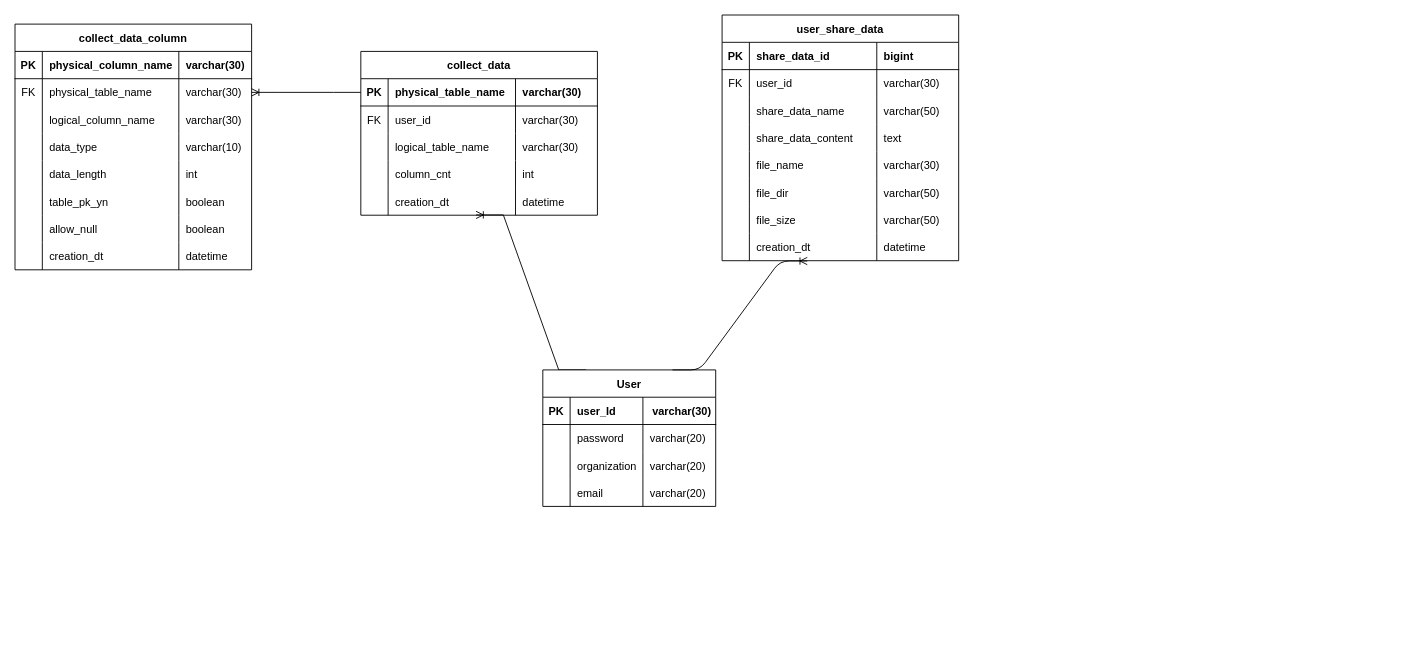
vtw-atm/bigdata-table-diagram keeps this draw.io diagram as 분석 플랫폼 테이블 설계.drawio. Above is the earlier version. Source tidied: cells renumbered, new cells numbered last; positions are measured from the earlier drawing's top-left corner, leaving out a move shared by most shapes. Both pictures are drawn from the tidied source at 91%, with x=0, y=0 at pixel (15, 15).
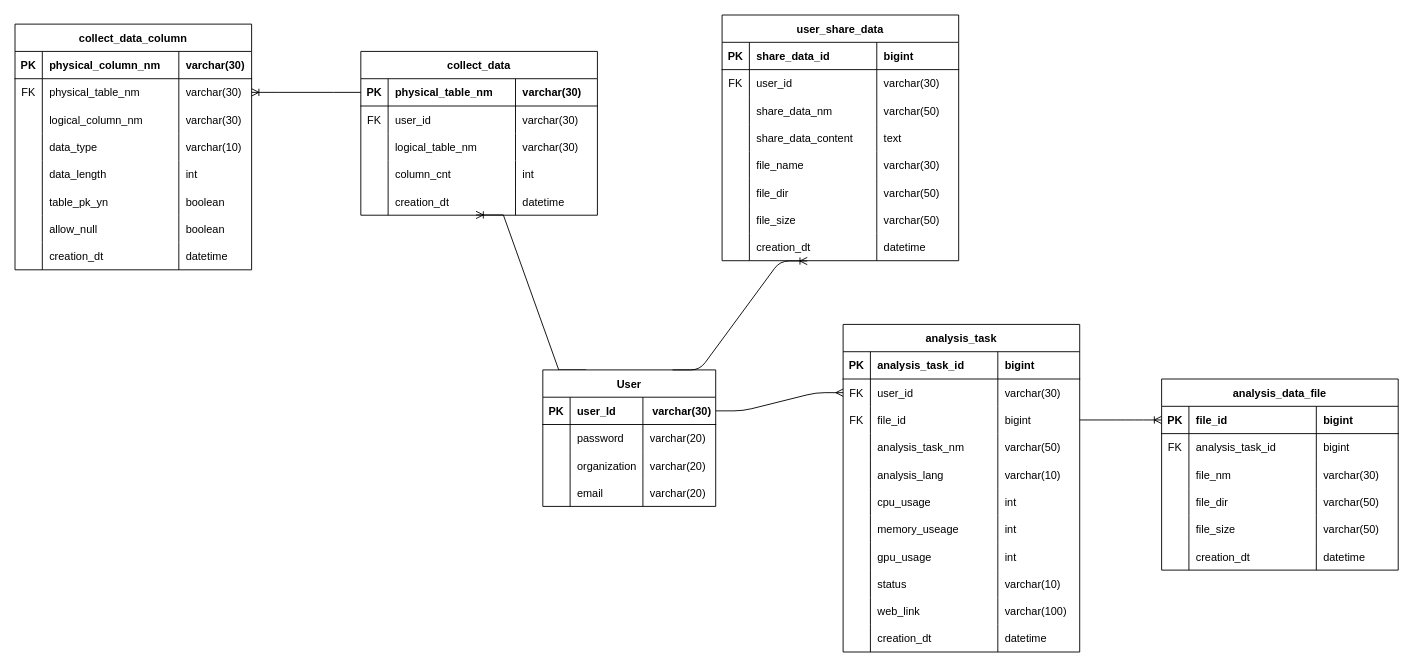
After the change.

Commit message (it also covers changes not shown here):
분석 플랫폼 테이블 설계.drawio 업데이트

The change refers to these unchanged cells:
```xml
<mxCell id="8" value="varchar(30)" style="shape=partialRectangle;fillColor=none;top=0;left=0;bottom=0;right=0;align=center;spacingLeft=6;fontStyle=1;overflow=hidden;labelBorderColor=none;strokeWidth=1;strokeColor=default;dashed=1;labelPosition=center;verticalLabelPosition=middle;verticalAlign=middle;rounded=0;sketch=1;curveFitting=1;jiggle=2;" parent="5" vertex="1">
  <mxGeometry x="110" width="80" height="30" as="geometry" />
</mxCell>
<mxCell id="22" style="shape=tableRow;horizontal=0;startSize=0;swimlaneHead=0;swimlaneBody=0;fillColor=none;points=[[0,0.5],[1,0.5]];portConstraint=eastwest;top=0;left=0;right=0;bottom=1;rounded=0;" parent="21" vertex="1">
  <mxGeometry y="30" width="260" height="30" as="geometry" />
</mxCell>
<mxCell id="30" style="shape=tableRow;horizontal=0;startSize=0;swimlaneHead=0;swimlaneBody=0;fillColor=none;top=0;left=0;right=0;bottom=0;rounded=0;" parent="21" vertex="1">
  <mxGeometry y="90" width="260" height="30" as="geometry" />
</mxCell>
<mxCell id="43" style="shape=tableRow;horizontal=0;startSize=0;swimlaneHead=0;swimlaneBody=0;fillColor=none;top=0;left=0;right=0;bottom=1;rounded=0;" parent="42" vertex="1">
  <mxGeometry y="30" width="260" height="30" as="geometry" />
</mxCell>
<mxCell id="47" style="shape=tableRow;horizontal=0;startSize=0;swimlaneHead=0;swimlaneBody=0;fillColor=none;points=[[0,0.5],[1,0.5]];portConstraint=eastwest;top=0;left=0;right=0;bottom=0;rounded=0;" parent="42" vertex="1">
  <mxGeometry y="60" width="260" height="30" as="geometry" />
</mxCell>
<mxCell id="51" style="shape=tableRow;horizontal=0;startSize=0;swimlaneHead=0;swimlaneBody=0;fillColor=none;top=0;left=0;right=0;bottom=0;rounded=0;" parent="42" vertex="1">
  <mxGeometry y="90" width="260" height="30" as="geometry" />
</mxCell>
<mxCell id="84" style="shape=tableRow;horizontal=0;startSize=0;swimlaneHead=0;swimlaneBody=0;fillColor=none;top=0;left=0;right=0;bottom=0;rounded=0;" parent="75" vertex="1">
  <mxGeometry y="90" width="260" height="30" as="geometry" />
</mxCell>
```

The edit, as a diff of the source:
```diff
@@
-    <mxCell id="24" value="physical_table_name" style="shape=partialRectangle;fillColor=none;top=0;left=0;bottom=0;right=0;align=left;spacingLeft=6;fontStyle=1;overflow=hidden;rounded=0;" parent="22" vertex="1">
+    <mxCell id="24" value="physical_table_nm" style="shape=partialRectangle;fillColor=none;top=0;left=0;bottom=0;right=0;align=left;spacingLeft=6;fontStyle=1;overflow=hidden;rounded=0;" parent="22" vertex="1">
       <mxGeometry x="30" width="140" height="30" as="geometry" />
     </mxCell>
@@
-    <mxCell id="32" value="logical_table_name" style="shape=partialRectangle;fillColor=none;top=0;left=0;bottom=0;right=0;align=left;spacingLeft=6;overflow=hidden;rounded=0;" parent="30" vertex="1">
+    <mxCell id="32" value="logical_table_nm" style="shape=partialRectangle;fillColor=none;top=0;left=0;bottom=0;right=0;align=left;spacingLeft=6;overflow=hidden;rounded=0;" parent="30" vertex="1">
       <mxGeometry x="30" width="140" height="30" as="geometry" />
     </mxCell>
@@
-    <mxCell id="45" value="physical_column_name" style="shape=partialRectangle;fillColor=none;top=0;left=0;bottom=0;right=0;align=left;spacingLeft=6;fontStyle=1;overflow=hidden;rounded=0;" parent="43" vertex="1">
+    <mxCell id="45" value="physical_column_nm" style="shape=partialRectangle;fillColor=none;top=0;left=0;bottom=0;right=0;align=left;spacingLeft=6;fontStyle=1;overflow=hidden;rounded=0;" parent="43" vertex="1">
       <mxGeometry x="30" width="150" height="30" as="geometry" />
     </mxCell>
@@
-    <mxCell id="49" value="physical_table_name" style="shape=partialRectangle;fillColor=none;top=0;left=0;bottom=0;right=0;align=left;spacingLeft=6;overflow=hidden;rounded=0;" parent="47" vertex="1">
+    <mxCell id="49" value="physical_table_nm" style="shape=partialRectangle;fillColor=none;top=0;left=0;bottom=0;right=0;align=left;spacingLeft=6;overflow=hidden;rounded=0;" parent="47" vertex="1">
       <mxGeometry x="30" width="150" height="30" as="geometry" />
     </mxCell>
@@
-    <mxCell id="53" value="logical_column_name" style="shape=partialRectangle;fillColor=none;top=0;left=0;bottom=0;right=0;align=left;spacingLeft=6;overflow=hidden;rounded=0;" parent="51" vertex="1">
+    <mxCell id="53" value="logical_column_nm" style="shape=partialRectangle;fillColor=none;top=0;left=0;bottom=0;right=0;align=left;spacingLeft=6;overflow=hidden;rounded=0;" parent="51" vertex="1">
       <mxGeometry x="30" width="150" height="30" as="geometry" />
     </mxCell>
@@
-    <mxCell id="86" value="share_data_name" style="shape=partialRectangle;fillColor=none;top=0;left=0;bottom=0;right=0;align=left;spacingLeft=6;overflow=hidden;rounded=0;" parent="84" vertex="1">
+    <mxCell id="86" value="share_data_nm" style="shape=partialRectangle;fillColor=none;top=0;left=0;bottom=0;right=0;align=left;spacingLeft=6;overflow=hidden;rounded=0;" parent="84" vertex="1">
       <mxGeometry x="30" width="140" height="30" as="geometry" />
     </mxCell>
@@
+    <mxCell id="109" value="analysis_task" style="shape=table;startSize=30;childLayout=tableLayout;rowLines=0;fontStyle=1;align=center;rounded=0;" parent="1" vertex="1">
+      <mxGeometry x="910" y="340" width="260" height="360" as="geometry" />
+    </mxCell>
+    <mxCell id="110" style="shape=tableRow;horizontal=0;startSize=0;swimlaneHead=0;swimlaneBody=0;fillColor=none;top=0;left=0;right=0;bottom=1;rounded=0;" parent="109" vertex="1">
+      <mxGeometry y="30" width="260" height="30" as="geometry" />
+    </mxCell>
+    <mxCell id="111" value="PK" style="shape=partialRectangle;fillColor=none;top=0;left=0;bottom=0;right=0;fontStyle=1;overflow=hidden;rounded=0;" parent="110" vertex="1">
+      <mxGeometry width="30" height="30" as="geometry" />
+    </mxCell>
+    <mxCell id="112" value="analysis_task_id" style="shape=partialRectangle;fillColor=none;top=0;left=0;bottom=0;right=0;align=left;spacingLeft=6;fontStyle=1;overflow=hidden;rounded=0;" parent="110" vertex="1">
+      <mxGeometry x="30" width="140" height="30" as="geometry" />
+    </mxCell>
+    <mxCell id="113" value="bigint" style="shape=partialRectangle;fillColor=none;top=0;left=0;bottom=0;right=0;align=left;spacingLeft=6;fontStyle=1;overflow=hidden;rounded=0;" parent="110" vertex="1">
+      <mxGeometry x="170" width="90" height="30" as="geometry" />
+    </mxCell>
+    <mxCell id="114" style="shape=tableRow;horizontal=0;startSize=0;swimlaneHead=0;swimlaneBody=0;fillColor=none;points=[[0,0.5],[1,0.5]];portConstraint=eastwest;top=0;left=0;right=0;bottom=0;rounded=0;" parent="109" vertex="1">
+      <mxGeometry y="60" width="260" height="30" as="geometry" />
+    </mxCell>
+    <mxCell id="115" value="FK" style="shape=partialRectangle;fillColor=none;top=0;left=0;bottom=0;right=0;overflow=hidden;rounded=0;" parent="114" vertex="1">
+      <mxGeometry width="30" height="30" as="geometry" />
+    </mxCell>
+    <mxCell id="116" value="user_id" style="shape=partialRectangle;fillColor=none;top=0;left=0;bottom=0;right=0;align=left;spacingLeft=6;overflow=hidden;rounded=0;" parent="114" vertex="1">
+      <mxGeometry x="30" width="140" height="30" as="geometry" />
+    </mxCell>
+    <mxCell id="117" value="varchar(30)" style="shape=partialRectangle;fillColor=none;top=0;left=0;bottom=0;right=0;align=left;spacingLeft=6;overflow=hidden;rounded=0;" parent="114" vertex="1">
+      <mxGeometry x="170" width="90" height="30" as="geometry" />
+    </mxCell>
+    <mxCell id="118" style="shape=tableRow;horizontal=0;startSize=0;swimlaneHead=0;swimlaneBody=0;fillColor=none;points=[[0,0.5],[1,0.5]];portConstraint=eastwest;top=0;left=0;right=0;bottom=0;rounded=0;" parent="109" vertex="1">
+      <mxGeometry y="90" width="260" height="30" as="geometry" />
+    </mxCell>
+    <mxCell id="119" value="FK" style="shape=partialRectangle;fillColor=none;top=0;left=0;bottom=0;right=0;overflow=hidden;rounded=0;" parent="118" vertex="1">
+      <mxGeometry width="30" height="30" as="geometry" />
+    </mxCell>
+    <mxCell id="120" value="file_id" style="shape=partialRectangle;fillColor=none;top=0;left=0;bottom=0;right=0;align=left;spacingLeft=6;overflow=hidden;rounded=0;" parent="118" vertex="1">
+      <mxGeometry x="30" width="140" height="30" as="geometry" />
+    </mxCell>
+    <mxCell id="121" value="bigint" style="shape=partialRectangle;fillColor=none;top=0;left=0;bottom=0;right=0;align=left;spacingLeft=6;overflow=hidden;rounded=0;" parent="118" vertex="1">
+      <mxGeometry x="170" width="90" height="30" as="geometry" />
+    </mxCell>
+    <mxCell id="122" style="shape=tableRow;horizontal=0;startSize=0;swimlaneHead=0;swimlaneBody=0;fillColor=none;top=0;left=0;right=0;bottom=0;rounded=0;" parent="109" vertex="1">
+      <mxGeometry y="120" width="260" height="30" as="geometry" />
+    </mxCell>
+    <mxCell id="123" style="shape=partialRectangle;fillColor=none;top=0;left=0;bottom=0;right=0;overflow=hidden;rounded=0;" parent="122" vertex="1">
+      <mxGeometry width="30" height="30" as="geometry" />
+    </mxCell>
+    <mxCell id="124" value="analysis_task_nm" style="shape=partialRectangle;fillColor=none;top=0;left=0;bottom=0;right=0;align=left;spacingLeft=6;overflow=hidden;rounded=0;" parent="122" vertex="1">
+      <mxGeometry x="30" width="140" height="30" as="geometry" />
+    </mxCell>
+    <mxCell id="125" value="varchar(50)" style="shape=partialRectangle;fillColor=none;top=0;left=0;bottom=0;right=0;align=left;spacingLeft=6;overflow=hidden;rounded=0;" parent="122" vertex="1">
+      <mxGeometry x="170" width="90" height="30" as="geometry" />
+    </mxCell>
+    <mxCell id="126" style="shape=tableRow;horizontal=0;startSize=0;swimlaneHead=0;swimlaneBody=0;fillColor=none;top=0;left=0;right=0;bottom=0;rounded=0;" parent="109" vertex="1">
+      <mxGeometry y="150" width="260" height="30" as="geometry" />
+    </mxCell>
+    <mxCell id="127" style="shape=partialRectangle;fillColor=none;top=0;left=0;bottom=0;right=0;overflow=hidden;rounded=0;" parent="126" vertex="1">
+      <mxGeometry width="30" height="30" as="geometry" />
+    </mxCell>
+    <mxCell id="128" value="analysis_lang" style="shape=partialRectangle;fillColor=none;top=0;left=0;bottom=0;right=0;align=left;spacingLeft=6;overflow=hidden;rounded=0;" parent="126" vertex="1">
+      <mxGeometry x="30" width="140" height="30" as="geometry" />
+    </mxCell>
+    <mxCell id="129" value="varchar(10)" style="shape=partialRectangle;fillColor=none;top=0;left=0;bottom=0;right=0;align=left;spacingLeft=6;overflow=hidden;rounded=0;" parent="126" vertex="1">
+      <mxGeometry x="170" width="90" height="30" as="geometry" />
+    </mxCell>
+    <mxCell id="130" style="shape=tableRow;horizontal=0;startSize=0;swimlaneHead=0;swimlaneBody=0;fillColor=none;top=0;left=0;right=0;bottom=0;rounded=0;" parent="109" vertex="1">
+      <mxGeometry y="180" width="260" height="30" as="geometry" />
+    </mxCell>
+    <mxCell id="131" style="shape=partialRectangle;fillColor=none;top=0;left=0;bottom=0;right=0;overflow=hidden;rounded=0;" parent="130" vertex="1">
+      <mxGeometry width="30" height="30" as="geometry" />
+    </mxCell>
+    <mxCell id="132" value="cpu_usage" style="shape=partialRectangle;fillColor=none;top=0;left=0;bottom=0;right=0;align=left;spacingLeft=6;overflow=hidden;rounded=0;" parent="130" vertex="1">
+      <mxGeometry x="30" width="140" height="30" as="geometry" />
+    </mxCell>
+    <mxCell id="133" value="int" style="shape=partialRectangle;fillColor=none;top=0;left=0;bottom=0;right=0;align=left;spacingLeft=6;overflow=hidden;rounded=0;" parent="130" vertex="1">
+      <mxGeometry x="170" width="90" height="30" as="geometry" />
+    </mxCell>
+    <mxCell id="134" style="shape=tableRow;horizontal=0;startSize=0;swimlaneHead=0;swimlaneBody=0;fillColor=none;top=0;left=0;right=0;bottom=0;rounded=0;" parent="109" vertex="1">
+      <mxGeometry y="210" width="260" height="30" as="geometry" />
+    </mxCell>
+    <mxCell id="135" style="shape=partialRectangle;fillColor=none;top=0;left=0;bottom=0;right=0;overflow=hidden;rounded=0;" parent="134" vertex="1">
+      <mxGeometry width="30" height="30" as="geometry" />
+    </mxCell>
+    <mxCell id="136" value="memory_useage" style="shape=partialRectangle;fillColor=none;top=0;left=0;bottom=0;right=0;align=left;spacingLeft=6;overflow=hidden;rounded=0;" parent="134" vertex="1">
+      <mxGeometry x="30" width="140" height="30" as="geometry" />
+    </mxCell>
+    <mxCell id="137" value="int" style="shape=partialRectangle;fillColor=none;top=0;left=0;bottom=0;right=0;align=left;spacingLeft=6;overflow=hidden;rounded=0;" parent="134" vertex="1">
+      <mxGeometry x="170" width="90" height="30" as="geometry" />
+    </mxCell>
+    <mxCell id="138" style="shape=tableRow;horizontal=0;startSize=0;swimlaneHead=0;swimlaneBody=0;fillColor=none;top=0;left=0;right=0;bottom=0;rounded=0;" parent="109" vertex="1">
+      <mxGeometry y="240" width="260" height="30" as="geometry" />
+    </mxCell>
+    <mxCell id="139" style="shape=partialRectangle;fillColor=none;top=0;left=0;bottom=0;right=0;overflow=hidden;rounded=0;" parent="138" vertex="1">
+      <mxGeometry width="30" height="30" as="geometry" />
+    </mxCell>
+    <mxCell id="140" value="gpu_usage" style="shape=partialRectangle;fillColor=none;top=0;left=0;bottom=0;right=0;align=left;spacingLeft=6;overflow=hidden;rounded=0;" parent="138" vertex="1">
+      <mxGeometry x="30" width="140" height="30" as="geometry" />
+    </mxCell>
+    <mxCell id="141" value="int" style="shape=partialRectangle;fillColor=none;top=0;left=0;bottom=0;right=0;align=left;spacingLeft=6;overflow=hidden;rounded=0;" parent="138" vertex="1">
+      <mxGeometry x="170" width="90" height="30" as="geometry" />
+    </mxCell>
+    <mxCell id="142" style="shape=tableRow;horizontal=0;startSize=0;swimlaneHead=0;swimlaneBody=0;fillColor=none;top=0;left=0;right=0;bottom=0;rounded=0;" parent="109" vertex="1">
+      <mxGeometry y="270" width="260" height="30" as="geometry" />
+    </mxCell>
+    <mxCell id="143" style="shape=partialRectangle;fillColor=none;top=0;left=0;bottom=0;right=0;overflow=hidden;rounded=0;" parent="142" vertex="1">
+      <mxGeometry width="30" height="30" as="geometry" />
+    </mxCell>
+    <mxCell id="144" value="status" style="shape=partialRectangle;fillColor=none;top=0;left=0;bottom=0;right=0;align=left;spacingLeft=6;overflow=hidden;rounded=0;" parent="142" vertex="1">
+      <mxGeometry x="30" width="140" height="30" as="geometry" />
+    </mxCell>
+    <mxCell id="145" value="varchar(10)" style="shape=partialRectangle;fillColor=none;top=0;left=0;bottom=0;right=0;align=left;spacingLeft=6;overflow=hidden;rounded=0;" parent="142" vertex="1">
+      <mxGeometry x="170" width="90" height="30" as="geometry" />
+    </mxCell>
+    <mxCell id="146" style="shape=tableRow;horizontal=0;startSize=0;swimlaneHead=0;swimlaneBody=0;fillColor=none;top=0;left=0;right=0;bottom=0;rounded=0;" parent="109" vertex="1">
+      <mxGeometry y="300" width="260" height="30" as="geometry" />
+    </mxCell>
+    <mxCell id="147" style="shape=partialRectangle;fillColor=none;top=0;left=0;bottom=0;right=0;overflow=hidden;rounded=0;" parent="146" vertex="1">
+      <mxGeometry width="30" height="30" as="geometry" />
+    </mxCell>
+    <mxCell id="148" value="web_link" style="shape=partialRectangle;fillColor=none;top=0;left=0;bottom=0;right=0;align=left;spacingLeft=6;overflow=hidden;rounded=0;" parent="146" vertex="1">
+      <mxGeometry x="30" width="140" height="30" as="geometry" />
+    </mxCell>
+    <mxCell id="149" value="varchar(100)" style="shape=partialRectangle;fillColor=none;top=0;left=0;bottom=0;right=0;align=left;spacingLeft=6;overflow=hidden;rounded=0;" parent="146" vertex="1">
+      <mxGeometry x="170" width="90" height="30" as="geometry" />
+    </mxCell>
+    <mxCell id="150" style="shape=tableRow;horizontal=0;startSize=0;swimlaneHead=0;swimlaneBody=0;fillColor=none;top=0;left=0;right=0;bottom=0;rounded=0;" parent="109" vertex="1">
+      <mxGeometry y="330" width="260" height="30" as="geometry" />
+    </mxCell>
+    <mxCell id="151" style="shape=partialRectangle;fillColor=none;top=0;left=0;bottom=0;right=0;overflow=hidden;rounded=0;" parent="150" vertex="1">
+      <mxGeometry width="30" height="30" as="geometry" />
+    </mxCell>
+    <mxCell id="152" value="creation_dt" style="shape=partialRectangle;fillColor=none;top=0;left=0;bottom=0;right=0;align=left;spacingLeft=6;overflow=hidden;rounded=0;" parent="150" vertex="1">
+      <mxGeometry x="30" width="140" height="30" as="geometry" />
+    </mxCell>
+    <mxCell id="153" value="datetime" style="shape=partialRectangle;fillColor=none;top=0;left=0;bottom=0;right=0;align=left;spacingLeft=6;overflow=hidden;rounded=0;" parent="150" vertex="1">
+      <mxGeometry x="170" width="90" height="30" as="geometry" />
+    </mxCell>
+    <mxCell id="154" value="analysis_data_file" style="shape=table;startSize=30;childLayout=tableLayout;rowLines=0;fontStyle=1;align=center;rounded=0;" parent="1" vertex="1">
+      <mxGeometry x="1260" y="400" width="260" height="210" as="geometry" />
+    </mxCell>
+    <mxCell id="155" style="shape=tableRow;horizontal=0;startSize=0;swimlaneHead=0;swimlaneBody=0;fillColor=none;points=[[0,0.5],[1,0.5]];portConstraint=eastwest;top=0;left=0;right=0;bottom=1;rounded=0;" parent="154" vertex="1">
+      <mxGeometry y="30" width="260" height="30" as="geometry" />
+    </mxCell>
+    <mxCell id="156" value="PK" style="shape=partialRectangle;fillColor=none;top=0;left=0;bottom=0;right=0;fontStyle=1;overflow=hidden;rounded=0;" parent="155" vertex="1">
+      <mxGeometry width="30" height="30" as="geometry" />
+    </mxCell>
+    <mxCell id="157" value="file_id" style="shape=partialRectangle;fillColor=none;top=0;left=0;bottom=0;right=0;align=left;spacingLeft=6;fontStyle=1;overflow=hidden;rounded=0;" parent="155" vertex="1">
+      <mxGeometry x="30" width="140" height="30" as="geometry" />
+    </mxCell>
+    <mxCell id="158" value="bigint" style="shape=partialRectangle;fillColor=none;top=0;left=0;bottom=0;right=0;align=left;spacingLeft=6;fontStyle=1;overflow=hidden;rounded=0;" parent="155" vertex="1">
+      <mxGeometry x="170" width="90" height="30" as="geometry" />
+    </mxCell>
+    <mxCell id="159" style="shape=tableRow;horizontal=0;startSize=0;swimlaneHead=0;swimlaneBody=0;fillColor=none;top=0;left=0;right=0;bottom=0;rounded=0;" parent="154" vertex="1">
+      <mxGeometry y="60" width="260" height="30" as="geometry" />
+    </mxCell>
+    <mxCell id="160" value="FK" style="shape=partialRectangle;fillColor=none;top=0;left=0;bottom=0;right=0;overflow=hidden;rounded=0;" parent="159" vertex="1">
+      <mxGeometry width="30" height="30" as="geometry" />
+    </mxCell>
+    <mxCell id="161" value="analysis_task_id" style="shape=partialRectangle;fillColor=none;top=0;left=0;bottom=0;right=0;align=left;spacingLeft=6;overflow=hidden;rounded=0;" parent="159" vertex="1">
+      <mxGeometry x="30" width="140" height="30" as="geometry" />
+    </mxCell>
+    <mxCell id="162" value="bigint" style="shape=partialRectangle;fillColor=none;top=0;left=0;bottom=0;right=0;align=left;spacingLeft=6;overflow=hidden;rounded=0;" parent="159" vertex="1">
+      <mxGeometry x="170" width="90" height="30" as="geometry" />
+    </mxCell>
+    <mxCell id="163" style="shape=tableRow;horizontal=0;startSize=0;swimlaneHead=0;swimlaneBody=0;fillColor=none;top=0;left=0;right=0;bottom=0;rounded=0;" parent="154" vertex="1">
+      <mxGeometry y="90" width="260" height="30" as="geometry" />
+    </mxCell>
+    <mxCell id="164" style="shape=partialRectangle;fillColor=none;top=0;left=0;bottom=0;right=0;overflow=hidden;rounded=0;" parent="163" vertex="1">
+      <mxGeometry width="30" height="30" as="geometry" />
+    </mxCell>
+    <mxCell id="165" value="file_nm" style="shape=partialRectangle;fillColor=none;top=0;left=0;bottom=0;right=0;align=left;spacingLeft=6;overflow=hidden;rounded=0;" parent="163" vertex="1">
+      <mxGeometry x="30" width="140" height="30" as="geometry" />
+    </mxCell>
+    <mxCell id="166" value="varchar(30)" style="shape=partialRectangle;fillColor=none;top=0;left=0;bottom=0;right=0;align=left;spacingLeft=6;overflow=hidden;rounded=0;" parent="163" vertex="1">
+      <mxGeometry x="170" width="90" height="30" as="geometry" />
+    </mxCell>
+    <mxCell id="167" style="shape=tableRow;horizontal=0;startSize=0;swimlaneHead=0;swimlaneBody=0;fillColor=none;top=0;left=0;right=0;bottom=0;rounded=0;" parent="154" vertex="1">
+      <mxGeometry y="120" width="260" height="30" as="geometry" />
+    </mxCell>
+    <mxCell id="168" style="shape=partialRectangle;fillColor=none;top=0;left=0;bottom=0;right=0;overflow=hidden;rounded=0;" parent="167" vertex="1">
+      <mxGeometry width="30" height="30" as="geometry" />
+    </mxCell>
+    <mxCell id="169" value="file_dir" style="shape=partialRectangle;fillColor=none;top=0;left=0;bottom=0;right=0;align=left;spacingLeft=6;overflow=hidden;rounded=0;" parent="167" vertex="1">
+      <mxGeometry x="30" width="140" height="30" as="geometry" />
+    </mxCell>
+    <mxCell id="170" value="varchar(50)" style="shape=partialRectangle;fillColor=none;top=0;left=0;bottom=0;right=0;align=left;spacingLeft=6;overflow=hidden;rounded=0;" parent="167" vertex="1">
+      <mxGeometry x="170" width="90" height="30" as="geometry" />
+    </mxCell>
+    <mxCell id="171" style="shape=tableRow;horizontal=0;startSize=0;swimlaneHead=0;swimlaneBody=0;fillColor=none;top=0;left=0;right=0;bottom=0;rounded=0;" parent="154" vertex="1">
+      <mxGeometry y="150" width="260" height="30" as="geometry" />
+    </mxCell>
+    <mxCell id="172" style="shape=partialRectangle;fillColor=none;top=0;left=0;bottom=0;right=0;overflow=hidden;rounded=0;" parent="171" vertex="1">
+      <mxGeometry width="30" height="30" as="geometry" />
+    </mxCell>
+    <mxCell id="173" value="file_size" style="shape=partialRectangle;fillColor=none;top=0;left=0;bottom=0;right=0;align=left;spacingLeft=6;overflow=hidden;rounded=0;" parent="171" vertex="1">
+      <mxGeometry x="30" width="140" height="30" as="geometry" />
+    </mxCell>
+    <mxCell id="174" value="varchar(50)" style="shape=partialRectangle;fillColor=none;top=0;left=0;bottom=0;right=0;align=left;spacingLeft=6;overflow=hidden;rounded=0;" parent="171" vertex="1">
+      <mxGeometry x="170" width="90" height="30" as="geometry" />
+    </mxCell>
+    <mxCell id="175" style="shape=tableRow;horizontal=0;startSize=0;swimlaneHead=0;swimlaneBody=0;fillColor=none;top=0;left=0;right=0;bottom=0;rounded=0;" parent="154" vertex="1">
+      <mxGeometry y="180" width="260" height="30" as="geometry" />
+    </mxCell>
+    <mxCell id="176" style="shape=partialRectangle;fillColor=none;top=0;left=0;bottom=0;right=0;overflow=hidden;rounded=0;" parent="175" vertex="1">
+      <mxGeometry width="30" height="30" as="geometry" />
+    </mxCell>
+    <mxCell id="177" value="creation_dt" style="shape=partialRectangle;fillColor=none;top=0;left=0;bottom=0;right=0;align=left;spacingLeft=6;overflow=hidden;rounded=0;" parent="175" vertex="1">
+      <mxGeometry x="30" width="140" height="30" as="geometry" />
+    </mxCell>
+    <mxCell id="178" value="datetime" style="shape=partialRectangle;fillColor=none;top=0;left=0;bottom=0;right=0;align=left;spacingLeft=6;overflow=hidden;rounded=0;" parent="175" vertex="1">
+      <mxGeometry x="170" width="90" height="30" as="geometry" />
+    </mxCell>
+    <mxCell id="179" style="edgeStyle=entityRelationEdgeStyle;fontSize=12;html=1;endArrow=ERmany;entryX=0;entryY=0.5;entryDx=0;entryDy=0;exitX=1;exitY=0.5;exitDx=0;exitDy=0;" parent="1" edge="1" source="8" target="114">
+      <mxGeometry relative="1" as="geometry" />
+    </mxCell>
+    <mxCell id="180" style="edgeStyle=entityRelationEdgeStyle;fontSize=12;html=1;endArrow=ERoneToMany;entryX=0;entryY=0.5;entryDx=0;entryDy=0;exitX=1;exitY=0.5;exitDx=0;exitDy=0;" parent="1" edge="1" source="118" target="155">
+      <mxGeometry relative="1" as="geometry" />
+    </mxCell>
```
